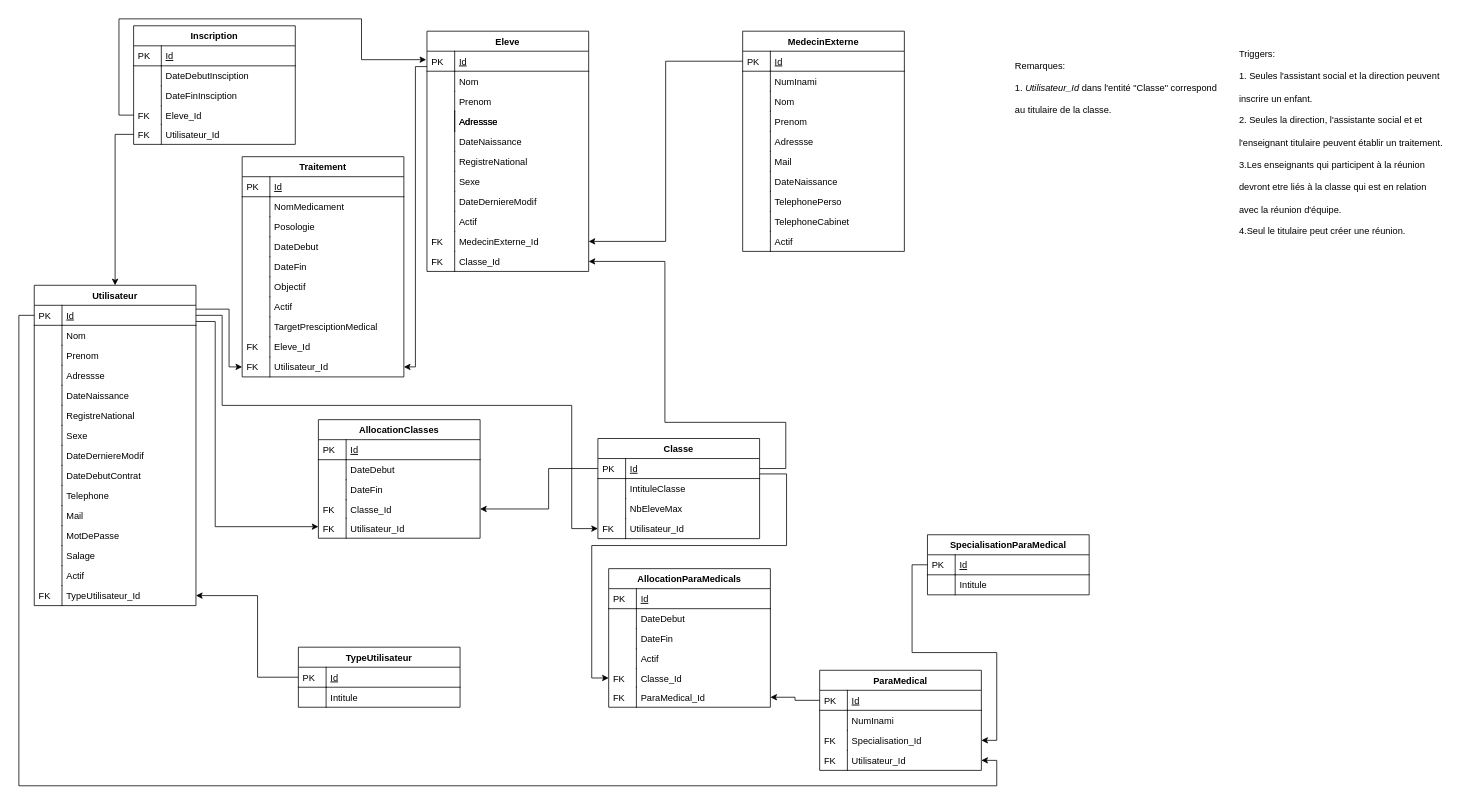
The draw.io diagram Complements/Analyse/Schémas Relationnel/SchRel_26052021.drawio in JeromeDelvaux/ChanterelleProject, before the edit. Source tidied: cells renumbered, new cells numbered last; positions are measured from the earlier drawing's top-left corner, leaving out a move shared by most shapes. Both pictures are drawn from the tidied source at 77%, with x=0, y=0 at pixel (18, 18).
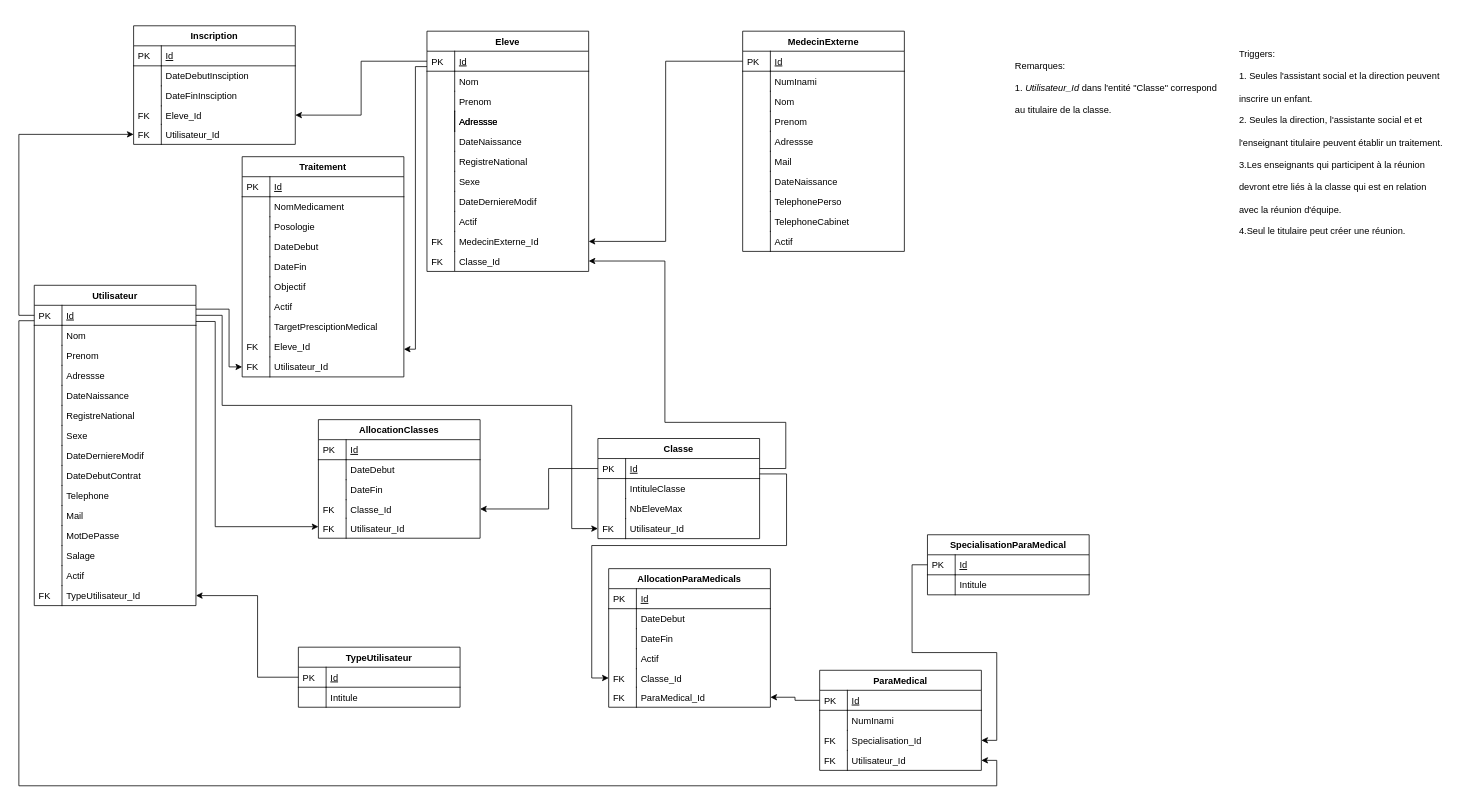
After the change.

The change refers to these unchanged cells:
```xml
<mxCell id="2" value="Eleve" style="swimlane;fontStyle=1;horizontal=1;startSize=26;rounded=0;shadow=0;strokeWidth=1;" parent="1" vertex="1">
  <mxGeometry x="530" y="16" width="210" height="312" as="geometry" />
</mxCell>
<mxCell id="3" value="Id" style="shape=partialRectangle;top=0;left=0;right=0;bottom=1;align=left;verticalAlign=top;fillColor=none;spacingLeft=40;spacingRight=4;overflow=hidden;points=[[0,0.5],[1,0.5]];portConstraint=eastwest;rounded=0;shadow=0;strokeWidth=1;fontStyle=4;" parent="2" vertex="1">
  <mxGeometry y="26" width="210" height="26" as="geometry" />
</mxCell>
<mxCell id="70" value="Utilisateur" style="swimlane;fontStyle=1;horizontal=1;startSize=26;rounded=0;shadow=0;strokeWidth=1;" parent="1" vertex="1">
  <mxGeometry x="20" y="346" width="210" height="416" as="geometry" />
</mxCell>
<mxCell id="71" value="Id" style="shape=partialRectangle;top=0;left=0;right=0;bottom=1;align=left;verticalAlign=top;fillColor=none;spacingLeft=40;spacingRight=4;overflow=hidden;points=[[0,0.5],[1,0.5]];portConstraint=eastwest;rounded=0;shadow=0;strokeWidth=1;fontStyle=4;" parent="70" vertex="1">
  <mxGeometry y="26" width="210" height="26" as="geometry" />
</mxCell>
<mxCell id="108" value="Eleve_Id" style="shape=partialRectangle;top=0;left=0;right=0;bottom=0;align=left;verticalAlign=top;fillColor=none;spacingLeft=40;spacingRight=4;overflow=hidden;points=[[0,0.5],[1,0.5]];portConstraint=eastwest;rounded=0;shadow=0;strokeWidth=1;" parent="101" vertex="1">
  <mxGeometry y="104" width="210" height="24" as="geometry" />
</mxCell>
<mxCell id="110" value="Utilisateur_Id" style="shape=partialRectangle;top=0;left=0;right=0;bottom=0;align=left;verticalAlign=top;fillColor=none;spacingLeft=40;spacingRight=4;overflow=hidden;points=[[0,0.5],[1,0.5]];portConstraint=eastwest;rounded=0;shadow=0;strokeWidth=1;" parent="101" vertex="1">
  <mxGeometry y="128" width="210" height="26" as="geometry" />
</mxCell>
<mxCell id="121" value="Utilisateur_Id" style="shape=partialRectangle;top=0;left=0;right=0;bottom=0;align=left;verticalAlign=top;fillColor=none;spacingLeft=40;spacingRight=4;overflow=hidden;points=[[0,0.5],[1,0.5]];portConstraint=eastwest;rounded=0;shadow=0;strokeWidth=1;" parent="114" vertex="1">
  <mxGeometry y="104" width="210" height="26" as="geometry" />
</mxCell>
```

Diff of the diagram source:
```diff
@@
     <mxCell id="23" value="Classe_Id" style="shape=partialRectangle;top=0;left=0;right=0;bottom=0;align=left;verticalAlign=top;fillColor=none;spacingLeft=40;spacingRight=4;overflow=hidden;points=[[0,0.5],[1,0.5]];portConstraint=eastwest;rounded=0;shadow=0;strokeWidth=1;" parent="2" vertex="1">
-      <mxGeometry y="286" width="210" height="26" as="geometry" />
+      <mxGeometry y="286" width="210" height="25" as="geometry" />
     </mxCell>
     <mxCell id="24" value="FK" style="shape=partialRectangle;top=0;left=0;bottom=0;fillColor=none;align=left;verticalAlign=top;spacingLeft=4;spacingRight=4;overflow=hidden;" parent="23" vertex="1">
-      <mxGeometry width="36" height="26" as="geometry" />
+      <mxGeometry width="36" height="25" as="geometry" />
     </mxCell>
@@
-    <mxCell id="112" style="edgeStyle=orthogonalEdgeStyle;rounded=0;jettySize=auto;html=1;entryX=0.5;entryY=0;entryDx=0;entryDy=0;" parent="1" edge="1" source="110" target="70">
-      <mxGeometry relative="1" as="geometry" />
-    </mxCell>
-    <mxCell id="113" style="edgeStyle=orthogonalEdgeStyle;rounded=0;jettySize=auto;html=1;entryX=-0.005;entryY=0.269;entryDx=0;entryDy=0;entryPerimeter=0;exitX=0;exitY=0.5;exitDx=0;exitDy=0;" parent="1" edge="1" source="108">
-      <mxGeometry relative="1" as="geometry">
-        <mxPoint x="529" y="53" as="targetPoint" />
-        <Array as="points">
-          <mxPoint x="130" y="125" />
-          <mxPoint x="130" />
-          <mxPoint x="445" />
-          <mxPoint x="445" y="53" />
-        </Array>
-      </mxGeometry>
-    </mxCell>
@@
-    <mxCell id="129" style="edgeStyle=orthogonalEdgeStyle;rounded=0;jettySize=auto;html=1;entryX=1;entryY=0.5;entryDx=0;entryDy=0;exitX=0;exitY=0.5;exitDx=0;exitDy=0;" parent="1" edge="1" source="71" target="121">
+    <mxCell id="129" style="edgeStyle=orthogonalEdgeStyle;rounded=0;jettySize=auto;html=1;entryX=1;entryY=0.5;entryDx=0;entryDy=0;" parent="1" edge="1" target="121">
       <mxGeometry relative="1" as="geometry">
+        <mxPoint x="20" y="392" as="sourcePoint" />
         <Array as="points">
-          <mxPoint y="385" />
+          <mxPoint x="20" y="392" />
+          <mxPoint y="392" />
           <mxPoint y="996" />
           <mxPoint x="1270" y="996" />
           <mxPoint x="1270" y="963" />
         </Array>
       </mxGeometry>
     </mxCell>
@@
     <mxCell id="171" style="edgeStyle=orthogonalEdgeStyle;rounded=0;jettySize=auto;html=1;" parent="1" edge="1" source="3">
       <mxGeometry relative="1" as="geometry">
-        <mxPoint x="500" y="452" as="targetPoint" />
+        <mxPoint x="500" y="429" as="targetPoint" />
         <Array as="points">
           <mxPoint x="515" y="62" />
-          <mxPoint x="515" y="452" />
+          <mxPoint x="515" y="429" />
+          <mxPoint x="500" y="429" />
         </Array>
       </mxGeometry>
     </mxCell>
@@
+    <mxCell id="179" style="edgeStyle=orthogonalEdgeStyle;rounded=0;jettySize=auto;html=1;entryX=1;entryY=0.5;entryDx=0;entryDy=0;" parent="1" edge="1" source="3" target="108">
+      <mxGeometry relative="1" as="geometry" />
+    </mxCell>
+    <mxCell id="180" style="edgeStyle=orthogonalEdgeStyle;rounded=0;jettySize=auto;html=1;entryX=0;entryY=0.5;entryDx=0;entryDy=0;" parent="1" edge="1" source="71" target="110">
+      <mxGeometry relative="1" as="geometry">
+        <Array as="points">
+          <mxPoint y="385" />
+          <mxPoint y="150" />
+        </Array>
+      </mxGeometry>
+    </mxCell>
```
